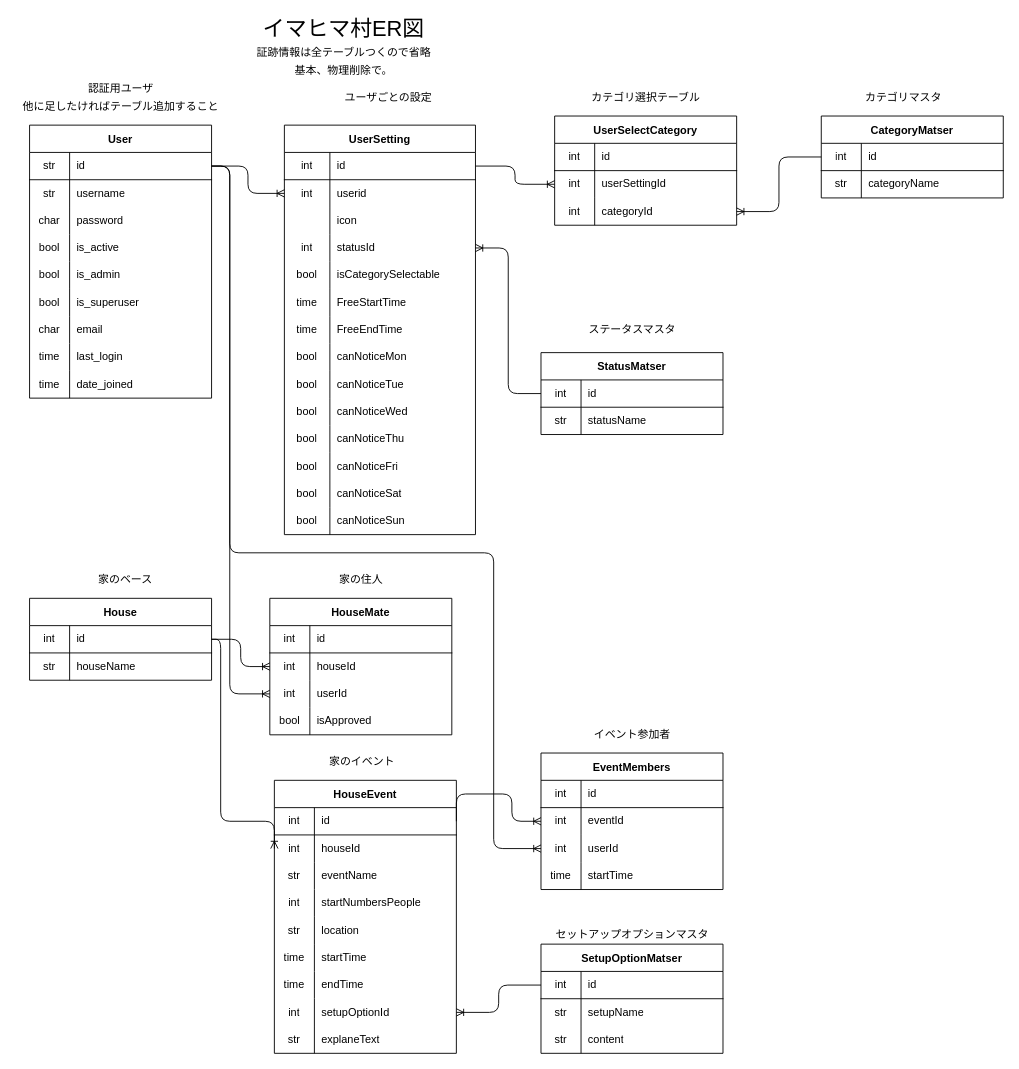
Above: server/imahima_mura/ER.drawio in jafady/imahima_mura (draw.io), before the change. Source tidied: cells renumbered, new cells numbered last; positions are measured from the earlier drawing's top-left corner, leaving out a move shared by most shapes. Both pictures are drawn from the tidied source at 91%, with x=0, y=0 at pixel (15, 15).
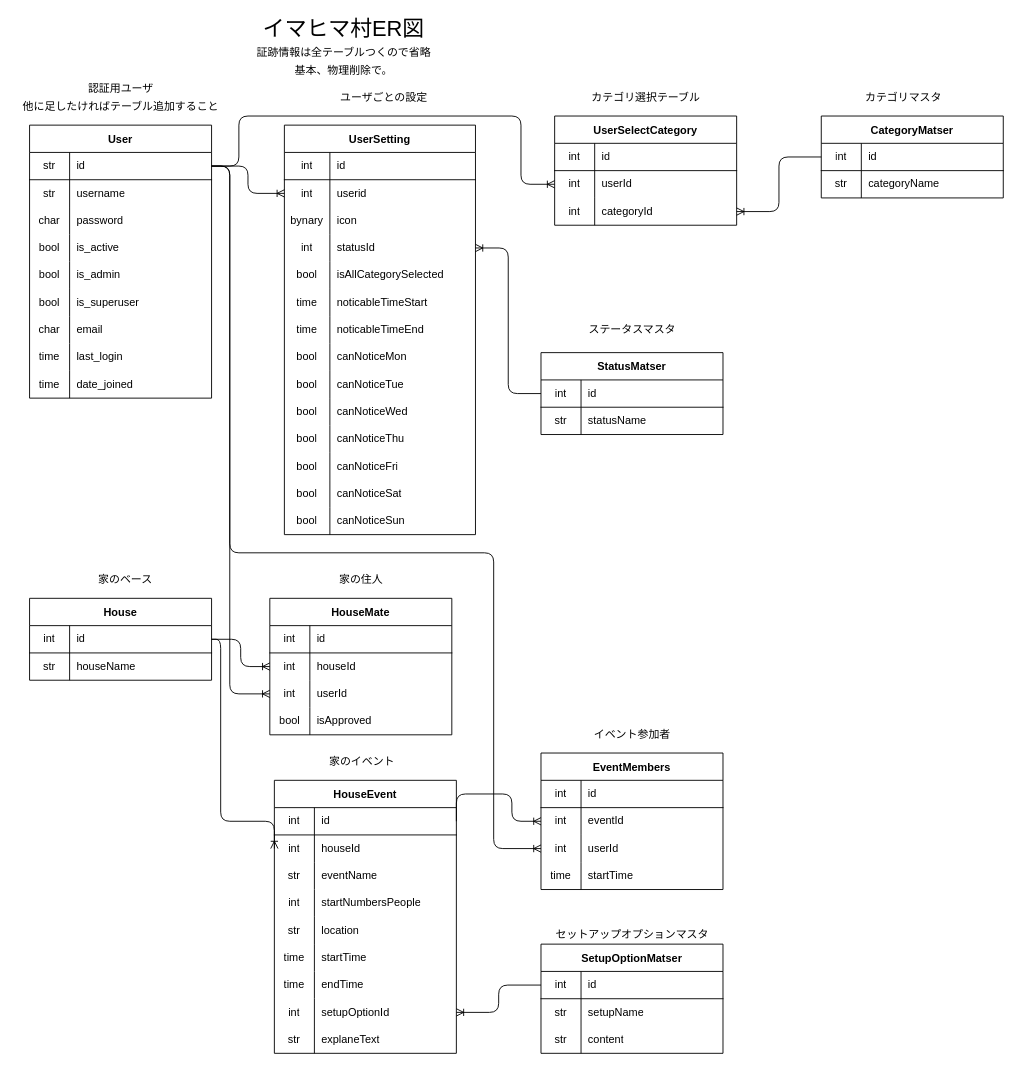
The same diagram, later.

The change refers to these unchanged cells:
```xml
<mxCell id="3" style="shape=partialRectangle;html=1;whiteSpace=wrap;fillColor=none;top=0;left=0;bottom=1;right=0;points=[[0,0.5],[1,0.5]];portConstraint=eastwest;" parent="2" vertex="1">
  <mxGeometry y="30" width="200" height="30" as="geometry" />
</mxCell>
<mxCell id="34" style="shape=partialRectangle;html=1;whiteSpace=wrap;fillColor=none;top=0;left=0;bottom=1;right=0;points=[[0,0.5],[1,0.5]];portConstraint=eastwest;" parent="33" vertex="1">
  <mxGeometry y="30" width="210" height="30" as="geometry" />
</mxCell>
<mxCell id="40" style="shape=partialRectangle;html=1;whiteSpace=wrap;fillColor=none;top=0;left=0;bottom=0;right=0;" parent="33" vertex="1">
  <mxGeometry y="90" width="210" height="30" as="geometry" />
</mxCell>
<mxCell id="46" style="shape=partialRectangle;html=1;whiteSpace=wrap;fillColor=none;top=0;left=0;bottom=0;right=0;" parent="33" vertex="1">
  <mxGeometry y="150" width="210" height="30" as="geometry" />
</mxCell>
<mxCell id="49" style="shape=partialRectangle;html=1;whiteSpace=wrap;fillColor=none;top=0;left=0;bottom=0;right=0;" parent="33" vertex="1">
  <mxGeometry y="180" width="210" height="30" as="geometry" />
</mxCell>
<mxCell id="52" style="shape=partialRectangle;html=1;whiteSpace=wrap;fillColor=none;top=0;left=0;bottom=0;right=0;" parent="33" vertex="1">
  <mxGeometry y="210" width="210" height="30" as="geometry" />
</mxCell>
<mxCell id="83" style="shape=partialRectangle;html=1;whiteSpace=wrap;fillColor=none;top=0;left=0;bottom=0;right=0;points=[[0,0.5],[1,0.5]];portConstraint=eastwest;" parent="79" vertex="1">
  <mxGeometry y="60" width="200" height="30" as="geometry" />
</mxCell>
```

What changed in the source:
```diff
@@
     <mxCell id="32" value="ユーザごとの設定" style="text;html=1;align=center;verticalAlign=middle;strokeColor=none;" parent="1" vertex="1">
-      <mxGeometry x="354" y="80" width="110" height="20" as="geometry" />
+      <mxGeometry x="349" y="80" width="110" height="20" as="geometry" />
     </mxCell>
@@
-    <mxCell id="41" style="shape=partialRectangle;html=1;whiteSpace=wrap;fillColor=none;top=0;left=0;bottom=0;right=0;overflow=hidden;" parent="40" vertex="1">
+    <mxCell id="41" value="bynary" style="shape=partialRectangle;html=1;whiteSpace=wrap;fillColor=none;top=0;left=0;bottom=0;right=0;overflow=hidden;" parent="40" vertex="1">
       <mxGeometry width="50" height="30" as="geometry" />
     </mxCell>
@@
-    <mxCell id="48" value="isCategorySelectable" style="shape=partialRectangle;html=1;whiteSpace=wrap;fillColor=none;top=0;left=0;bottom=0;right=0;align=left;spacingLeft=6;overflow=hidden;" parent="46" vertex="1">
+    <mxCell id="48" value="isAllCategorySelected" style="shape=partialRectangle;html=1;whiteSpace=wrap;fillColor=none;top=0;left=0;bottom=0;right=0;align=left;spacingLeft=6;overflow=hidden;" parent="46" vertex="1">
       <mxGeometry x="50" width="160" height="30" as="geometry" />
     </mxCell>
@@
-    <mxCell id="51" value="FreeStartTime" style="shape=partialRectangle;html=1;whiteSpace=wrap;fillColor=none;top=0;left=0;bottom=0;right=0;align=left;spacingLeft=6;overflow=hidden;" parent="49" vertex="1">
+    <mxCell id="51" value="noticableTimeStart" style="shape=partialRectangle;html=1;whiteSpace=wrap;fillColor=none;top=0;left=0;bottom=0;right=0;align=left;spacingLeft=6;overflow=hidden;" parent="49" vertex="1">
       <mxGeometry x="50" width="160" height="30" as="geometry" />
     </mxCell>
@@
-    <mxCell id="54" value="FreeEndTime" style="shape=partialRectangle;html=1;whiteSpace=wrap;fillColor=none;top=0;left=0;bottom=0;right=0;align=left;spacingLeft=6;overflow=hidden;" parent="52" vertex="1">
+    <mxCell id="54" value="noticableTimeEnd" style="shape=partialRectangle;html=1;whiteSpace=wrap;fillColor=none;top=0;left=0;bottom=0;right=0;align=left;spacingLeft=6;overflow=hidden;" parent="52" vertex="1">
       <mxGeometry x="50" width="160" height="30" as="geometry" />
     </mxCell>
@@
-    <mxCell id="85" value="userSettingId" style="shape=partialRectangle;html=1;whiteSpace=wrap;fillColor=none;top=0;left=0;bottom=0;right=0;align=left;spacingLeft=6;overflow=hidden;" parent="83" vertex="1">
+    <mxCell id="85" value="userId" style="shape=partialRectangle;html=1;whiteSpace=wrap;fillColor=none;top=0;left=0;bottom=0;right=0;align=left;spacingLeft=6;overflow=hidden;" parent="83" vertex="1">
       <mxGeometry x="44" width="156" height="30" as="geometry" />
     </mxCell>
@@
-    <mxCell id="103" style="edgeStyle=orthogonalEdgeStyle;html=1;exitX=1;exitY=0.5;exitDx=0;exitDy=0;entryX=0;entryY=0.5;entryDx=0;entryDy=0;endArrow=ERoneToMany;endFill=0;" parent="1" edge="1" source="34" target="83">
-      <mxGeometry relative="1" as="geometry" />
+    <mxCell id="103" style="edgeStyle=orthogonalEdgeStyle;html=1;exitX=1;exitY=0.5;exitDx=0;exitDy=0;entryX=0;entryY=0.5;entryDx=0;entryDy=0;endArrow=ERoneToMany;endFill=0;" parent="1" edge="1" source="3" target="83">
+      <mxGeometry relative="1" as="geometry">
+        <Array as="points">
+          <mxPoint x="245" y="165" />
+          <mxPoint x="245" y="110" />
+          <mxPoint x="555" y="110" />
+          <mxPoint x="555" y="185" />
+        </Array>
+      </mxGeometry>
     </mxCell>
```
